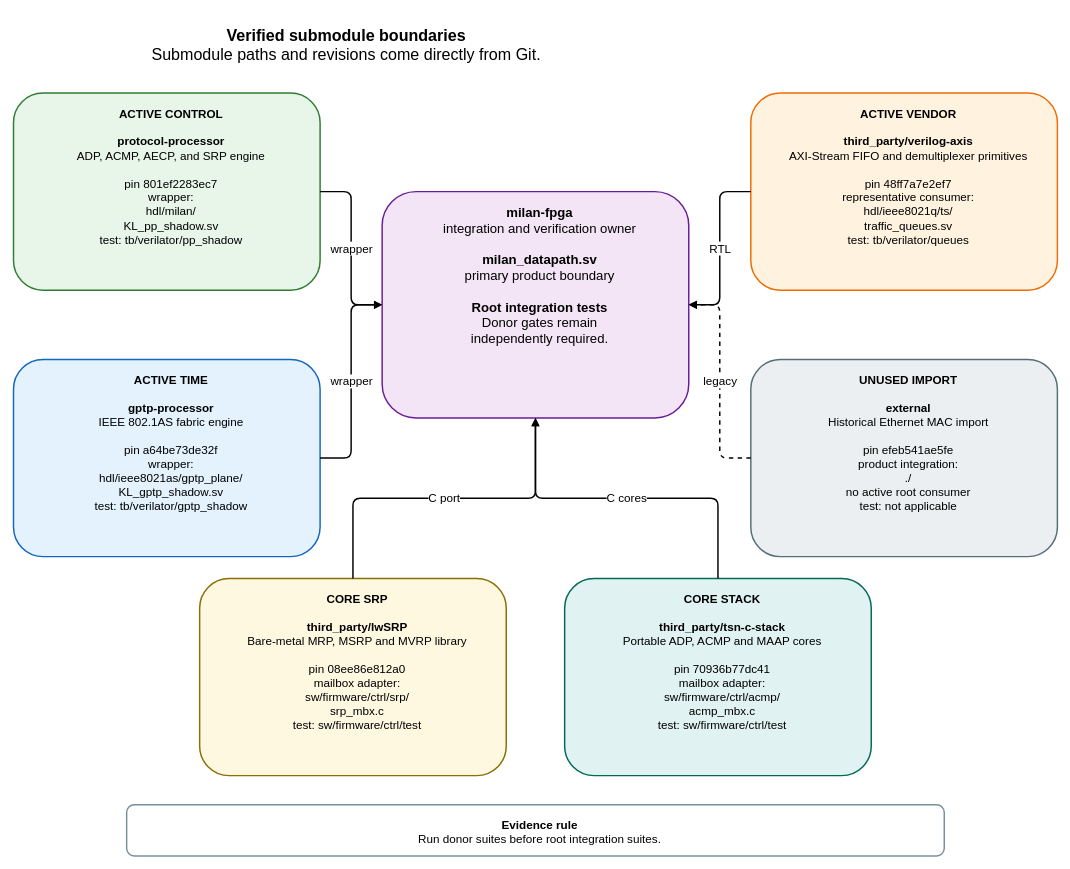
Before: docs/diagrams/submodule_boundaries.drawio in kebag-logic/milan-fpga, a draw.io diagram. Source tidied: cells renumbered, new cells numbered last; positions are measured from the earlier drawing's top-left corner, leaving out a move shared by most shapes. Both pictures are drawn from the tidied source at 73%, with x=0, y=0 at pixel (13, 12).
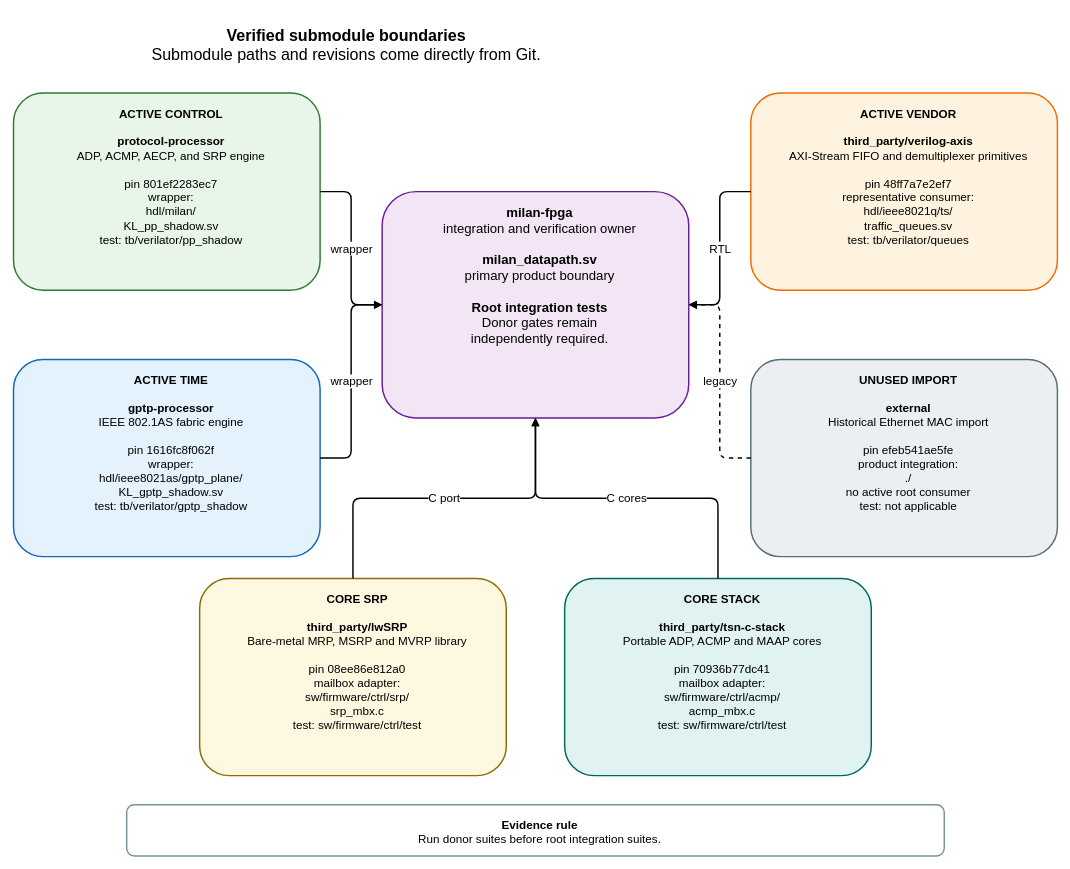
Above is the later version.

Change to the diagram source:
```diff
@@
 <mxGraphModel>
   <root>
     <mxCell id="0" />
     <mxCell id="1" parent="0" />
     <mxCell id="2" value="&lt;b&gt;Verified submodule boundaries&lt;/b&gt;&lt;br&gt;Submodule paths and revisions come directly from Git." style="rounded=1;whiteSpace=wrap;html=1;verticalAlign=top;spacingTop=12;spacingLeft=12;fontSize=22;fontFamily=Helvetica;fillColor=none;strokeColor=none;strokeWidth=2;" parent="1" vertex="1">
       <mxGeometry width="900" height="65" as="geometry" />
     </mxCell>
     <mxCell id="3" value="&lt;b&gt;milan-fpga&lt;/b&gt;&lt;br&gt;integration and verification owner&lt;br&gt;&lt;br&gt;&lt;b&gt;milan_datapath.sv&lt;/b&gt;&lt;br&gt;primary product boundary&lt;br&gt;&lt;br&gt;&lt;b&gt;Root integration tests&lt;/b&gt;&lt;br&gt;Donor gates remain&lt;br&gt;independently required." style="rounded=1;whiteSpace=wrap;html=1;verticalAlign=top;spacingTop=12;spacingLeft=12;fontSize=18;fontFamily=Helvetica;fillColor=#F3E5F5;strokeColor=#6A1B9A;strokeWidth=2;" parent="1" vertex="1">
       <mxGeometry x="505" y="245" width="420" height="310" as="geometry" />
     </mxCell>
     <mxCell id="4" value="&lt;b&gt;ACTIVE CONTROL&lt;/b&gt;&lt;br&gt;&lt;br&gt;&lt;b&gt;protocol-processor&lt;/b&gt;&lt;br&gt;ADP, ACMP, AECP, and SRP engine&lt;br&gt;&lt;br&gt;pin 801ef2283ec7&lt;br&gt;wrapper:&lt;br&gt;hdl/milan/&lt;br&gt;KL_pp_shadow.sv&lt;br&gt;test: tb/verilator/pp_shadow" style="rounded=1;whiteSpace=wrap;html=1;verticalAlign=top;spacingTop=12;spacingLeft=12;fontSize=16;fontFamily=Helvetica;fillColor=#E8F5E9;strokeColor=#2E7D32;strokeWidth=2;" parent="1" vertex="1">
       <mxGeometry y="110" width="420" height="270" as="geometry" />
     </mxCell>
-    <mxCell id="5" value="&lt;b&gt;ACTIVE TIME&lt;/b&gt;&lt;br&gt;&lt;br&gt;&lt;b&gt;gptp-processor&lt;/b&gt;&lt;br&gt;IEEE 802.1AS fabric engine&lt;br&gt;&lt;br&gt;pin a64be73de32f&lt;br&gt;wrapper:&lt;br&gt;hdl/ieee8021as/gptp_plane/&lt;br&gt;KL_gptp_shadow.sv&lt;br&gt;test: tb/verilator/gptp_shadow" style="rounded=1;whiteSpace=wrap;html=1;verticalAlign=top;spacingTop=12;spacingLeft=12;fontSize=16;fontFamily=Helvetica;fillColor=#E3F2FD;strokeColor=#1565C0;strokeWidth=2;" parent="1" vertex="1">
+    <mxCell id="5" value="&lt;b&gt;ACTIVE TIME&lt;/b&gt;&lt;br&gt;&lt;br&gt;&lt;b&gt;gptp-processor&lt;/b&gt;&lt;br&gt;IEEE 802.1AS fabric engine&lt;br&gt;&lt;br&gt;pin 1616fc8f062f&lt;br&gt;wrapper:&lt;br&gt;hdl/ieee8021as/gptp_plane/&lt;br&gt;KL_gptp_shadow.sv&lt;br&gt;test: tb/verilator/gptp_shadow" style="rounded=1;whiteSpace=wrap;html=1;verticalAlign=top;spacingTop=12;spacingLeft=12;fontSize=16;fontFamily=Helvetica;fillColor=#E3F2FD;strokeColor=#1565C0;strokeWidth=2;" parent="1" vertex="1">
       <mxGeometry y="475" width="420" height="270" as="geometry" />
     </mxCell>
     <mxCell id="6" value="&lt;b&gt;ACTIVE VENDOR&lt;/b&gt;&lt;br&gt;&lt;br&gt;&lt;b&gt;third_party/verilog-axis&lt;/b&gt;&lt;br&gt;AXI-Stream FIFO and demultiplexer primitives&lt;br&gt;&lt;br&gt;pin 48ff7a7e2ef7&lt;br&gt;representative consumer:&lt;br&gt;hdl/ieee8021q/ts/&lt;br&gt;traffic_queues.sv&lt;br&gt;test: tb/verilator/queues" style="rounded=1;whiteSpace=wrap;html=1;verticalAlign=top;spacingTop=12;spacingLeft=12;fontSize=16;fontFamily=Helvetica;fillColor=#FFF3E0;strokeColor=#EF6C00;strokeWidth=2;" parent="1" vertex="1">
       <mxGeometry x="1010" y="110" width="420" height="270" as="geometry" />
     </mxCell>
     <mxCell id="7" value="&lt;b&gt;UNUSED IMPORT&lt;/b&gt;&lt;br&gt;&lt;br&gt;&lt;b&gt;external&lt;/b&gt;&lt;br&gt;Historical Ethernet MAC import&lt;br&gt;&lt;br&gt;pin efeb541ae5fe&lt;br&gt;product integration:&lt;br&gt;./&lt;br&gt;no active root consumer&lt;br&gt;test: not applicable" style="rounded=1;whiteSpace=wrap;html=1;verticalAlign=top;spacingTop=12;spacingLeft=12;fontSize=16;fontFamily=Helvetica;fillColor=#ECEFF1;strokeColor=#546E7A;strokeWidth=2;" parent="1" vertex="1">
       <mxGeometry x="1010" y="475" width="420" height="270" as="geometry" />
     </mxCell>
     <mxCell id="8" value="&lt;b&gt;CORE SRP&lt;/b&gt;&lt;br&gt;&lt;br&gt;&lt;b&gt;third_party/lwSRP&lt;/b&gt;&lt;br&gt;Bare-metal MRP, MSRP and MVRP library&lt;br&gt;&lt;br&gt;pin 08ee86e812a0&lt;br&gt;mailbox adapter:&lt;br&gt;sw/firmware/ctrl/srp/&lt;br&gt;srp_mbx.c&lt;br&gt;test: sw/firmware/ctrl/test" style="rounded=1;whiteSpace=wrap;html=1;verticalAlign=top;spacingTop=12;spacingLeft=12;fontSize=16;fontFamily=Helvetica;fillColor=#FFF8E1;strokeColor=#8D6E00;strokeWidth=2;" parent="1" vertex="1">
       <mxGeometry x="255" y="775" width="420" height="270" as="geometry" />
     </mxCell>
     <mxCell id="9" value="&lt;b&gt;CORE STACK&lt;/b&gt;&lt;br&gt;&lt;br&gt;&lt;b&gt;third_party/tsn-c-stack&lt;/b&gt;&lt;br&gt;Portable ADP, ACMP and MAAP cores&lt;br&gt;&lt;br&gt;pin 70936b77dc41&lt;br&gt;mailbox adapter:&lt;br&gt;sw/firmware/ctrl/acmp/&lt;br&gt;acmp_mbx.c&lt;br&gt;test: sw/firmware/ctrl/test" style="rounded=1;whiteSpace=wrap;html=1;verticalAlign=top;spacingTop=12;spacingLeft=12;fontSize=16;fontFamily=Helvetica;fillColor=#E0F2F1;strokeColor=#00695C;strokeWidth=2;" parent="1" vertex="1">
       <mxGeometry x="755" y="775" width="420" height="270" as="geometry" />
     </mxCell>
     <mxCell id="10" value="wrapper" style="edgeStyle=orthogonalEdgeStyle;rounded=1;jettySize=auto;html=1;endArrow=block;endFill=1;strokeWidth=2;fontSize=16;fontFamily=Helvetica;labelBackgroundColor=#FFFFFF;" parent="1" edge="1" source="4" target="3">
       <mxGeometry relative="1" as="geometry" />
     </mxCell>
     <mxCell id="11" value="wrapper" style="edgeStyle=orthogonalEdgeStyle;rounded=1;jettySize=auto;html=1;endArrow=block;endFill=1;strokeWidth=2;fontSize=16;fontFamily=Helvetica;labelBackgroundColor=#FFFFFF;" parent="1" edge="1" source="5" target="3">
       <mxGeometry relative="1" as="geometry" />
     </mxCell>
     <mxCell id="12" value="RTL" style="edgeStyle=orthogonalEdgeStyle;rounded=1;jettySize=auto;html=1;endArrow=block;endFill=1;strokeWidth=2;fontSize=16;fontFamily=Helvetica;labelBackgroundColor=#FFFFFF;" parent="1" edge="1" source="6" target="3">
       <mxGeometry relative="1" as="geometry" />
     </mxCell>
     <mxCell id="13" value="legacy" style="edgeStyle=orthogonalEdgeStyle;rounded=1;jettySize=auto;html=1;endArrow=block;endFill=1;strokeWidth=2;fontSize=16;fontFamily=Helvetica;labelBackgroundColor=#FFFFFF;dashed=1;" parent="1" edge="1" source="7" target="3">
       <mxGeometry relative="1" as="geometry" />
     </mxCell>
     <mxCell id="14" value="C port" style="edgeStyle=orthogonalEdgeStyle;rounded=1;jettySize=auto;html=1;endArrow=block;endFill=1;strokeWidth=2;fontSize=16;fontFamily=Helvetica;labelBackgroundColor=#FFFFFF;" parent="1" edge="1" source="8" target="3">
       <mxGeometry relative="1" as="geometry" />
     </mxCell>
     <mxCell id="15" value="C cores" style="edgeStyle=orthogonalEdgeStyle;rounded=1;jettySize=auto;html=1;endArrow=block;endFill=1;strokeWidth=2;fontSize=16;fontFamily=Helvetica;labelBackgroundColor=#FFFFFF;" parent="1" edge="1" source="9" target="3">
       <mxGeometry relative="1" as="geometry" />
     </mxCell>
     <mxCell id="16" value="&lt;b&gt;Evidence rule&lt;/b&gt;&lt;br&gt;Run donor suites before root integration suites." style="rounded=1;whiteSpace=wrap;html=1;verticalAlign=top;spacingTop=12;spacingLeft=12;fontSize=16;fontFamily=Helvetica;fillColor=#FFFFFF;strokeColor=#78909C;strokeWidth=2;" parent="1" vertex="1">
       <mxGeometry x="155" y="1085" width="1120" height="70" as="geometry" />
     </mxCell>
   </root>
 </mxGraphModel>
```
